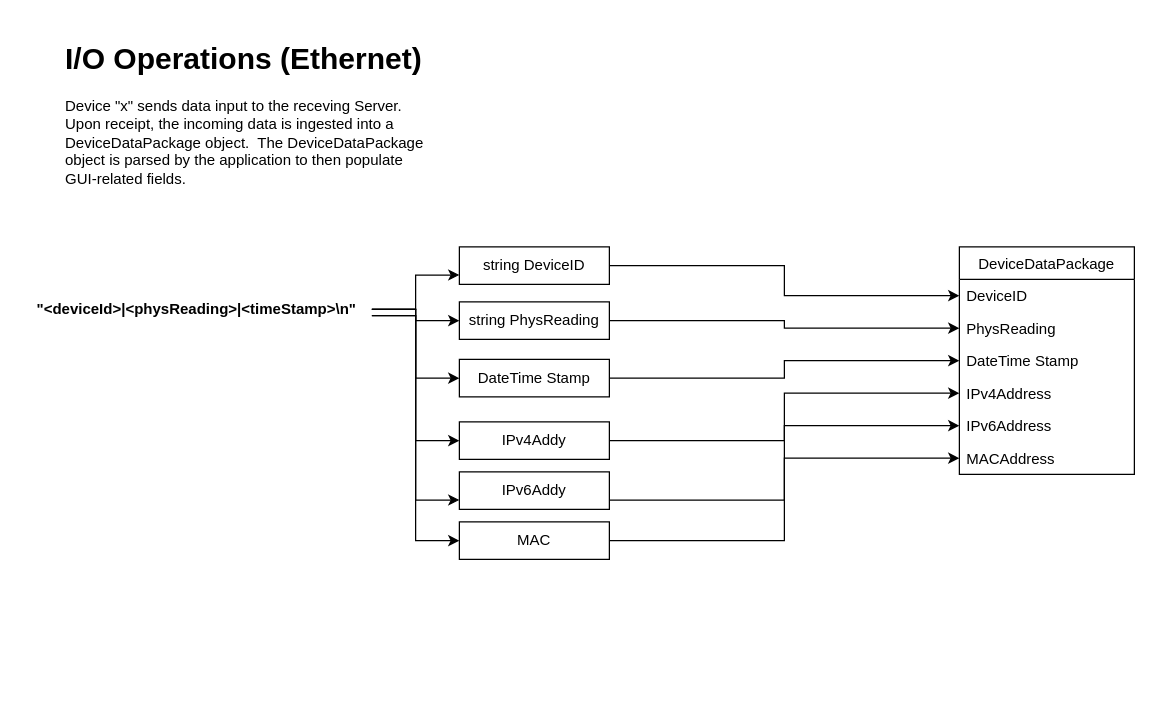
This is page "I/O Operations" (4 of 8) of MyICSv2.1-LOGIC-GeneralSchema.drawio from reccejack/MyICS_2.1_Working, a draw.io file, before an edit. Source tidied: cells renumbered, new cells numbered last; positions are measured from the earlier drawing's top-left corner, leaving out a move shared by most shapes. Both pictures are drawn from the tidied source at 125%, with x=0, y=0 at pixel (21, 34).
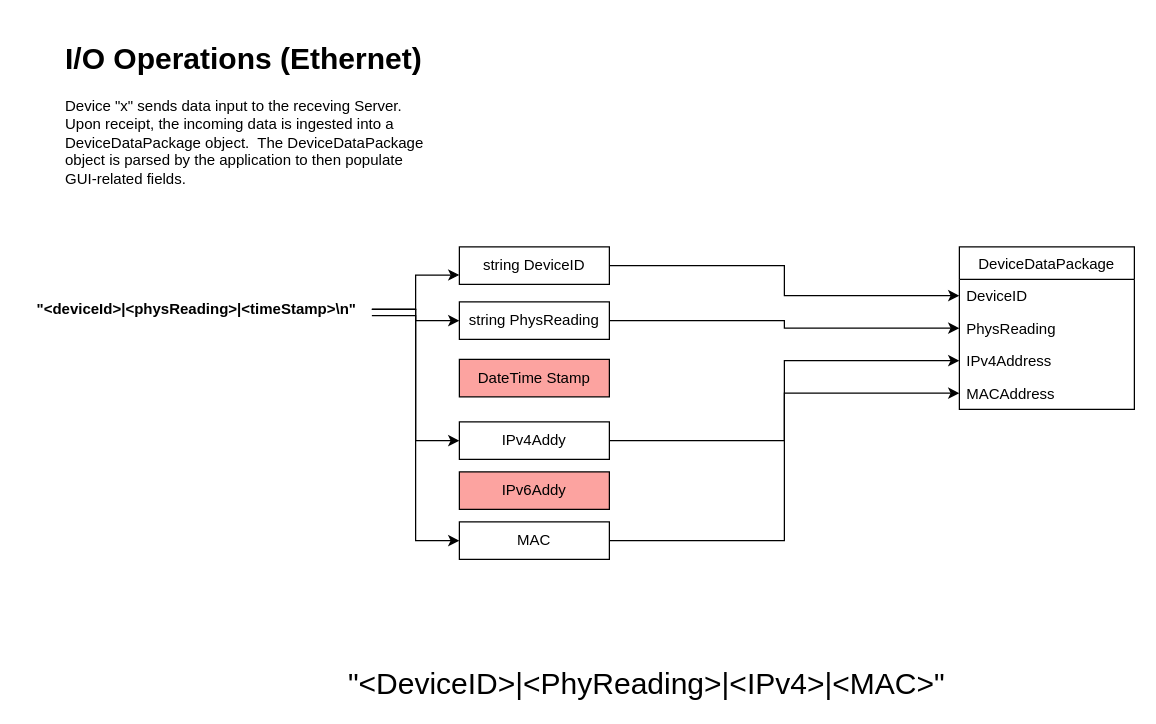
After the change.

The change refers to these unchanged cells:
```xml
<mxCell id="16" value="&lt;b&gt;&quot;&amp;lt;deviceId&amp;gt;|&amp;lt;physReading&amp;gt;|&amp;lt;timeStamp&amp;gt;\n&quot;&lt;/b&gt;" style="text;html=1;strokeColor=none;fillColor=none;align=center;verticalAlign=middle;whiteSpace=wrap;rounded=0;" parent="1" vertex="1">
  <mxGeometry y="210" width="280" height="20" as="geometry" />
</mxCell>
```

Diff of the diagram source:
```diff
@@
     <mxCell id="3" value="DeviceDataPackage" style="swimlane;fontStyle=0;horizontal=1;startSize=26;" parent="1" vertex="1">
-      <mxGeometry x="750" y="170" width="140" height="182" as="geometry" />
+      <mxGeometry x="750" y="170" width="140" height="130" as="geometry" />
     </mxCell>
@@
-    <mxCell id="6" value="DateTime Stamp" style="text;strokeColor=none;fillColor=none;align=left;verticalAlign=top;spacingLeft=4;spacingRight=4;overflow=hidden;points=[[0,0.5],[1,0.5]];portConstraint=eastwest;" parent="3" vertex="1">
-      <mxGeometry y="78" width="140" height="26" as="geometry" />
-    </mxCell>
     <mxCell id="7" value="IPv4Address" style="text;strokeColor=none;fillColor=none;align=left;verticalAlign=top;spacingLeft=4;spacingRight=4;overflow=hidden;points=[[0,0.5],[1,0.5]];portConstraint=eastwest;" parent="3" vertex="1">
-      <mxGeometry y="104" width="140" height="26" as="geometry" />
+      <mxGeometry y="78" width="140" height="26" as="geometry" />
     </mxCell>
-    <mxCell id="8" value="IPv6Address" style="text;strokeColor=none;fillColor=none;align=left;verticalAlign=top;spacingLeft=4;spacingRight=4;overflow=hidden;points=[[0,0.5],[1,0.5]];portConstraint=eastwest;" parent="3" vertex="1">
-      <mxGeometry y="130" width="140" height="26" as="geometry" />
-    </mxCell>
     <mxCell id="9" value="MACAddress" style="text;strokeColor=none;fillColor=none;align=left;verticalAlign=top;spacingLeft=4;spacingRight=4;overflow=hidden;points=[[0,0.5],[1,0.5]];portConstraint=eastwest;" parent="3" vertex="1">
-      <mxGeometry y="156" width="140" height="26" as="geometry" />
+      <mxGeometry y="104" width="140" height="26" as="geometry" />
     </mxCell>
@@
-    <mxCell id="12" style="edgeStyle=orthogonalEdgeStyle;rounded=0;jettySize=auto;html=1;exitX=1;exitY=0.5;exitDx=0;exitDy=0;entryX=0;entryY=0.5;entryDx=0;entryDy=0;" parent="1" edge="1" source="16" target="22">
-      <mxGeometry relative="1" as="geometry" />
-    </mxCell>
@@
-    <mxCell id="14" style="edgeStyle=orthogonalEdgeStyle;rounded=0;jettySize=auto;html=1;exitX=1;exitY=0.75;exitDx=0;exitDy=0;entryX=0;entryY=0.75;entryDx=0;entryDy=0;" parent="1" edge="1" source="16" target="26">
-      <mxGeometry relative="1" as="geometry" />
-    </mxCell>
@@
-    <mxCell id="21" style="edgeStyle=orthogonalEdgeStyle;rounded=0;jettySize=auto;html=1;exitX=1;exitY=0.5;exitDx=0;exitDy=0;entryX=0;entryY=0.5;entryDx=0;entryDy=0;" parent="1" edge="1" source="22" target="6">
-      <mxGeometry relative="1" as="geometry" />
-    </mxCell>
-    <mxCell id="22" value="DateTime Stamp" style="rounded=0;whiteSpace=wrap;html=1;" parent="1" vertex="1">
+    <mxCell id="22" value="DateTime Stamp" style="rounded=0;whiteSpace=wrap;html=1;fillColor=#FCA3A0;" parent="1" vertex="1">
       <mxGeometry x="350" y="260" width="120" height="30" as="geometry" />
     </mxCell>
@@
-    <mxCell id="25" style="edgeStyle=orthogonalEdgeStyle;rounded=0;jettySize=auto;html=1;exitX=1;exitY=0.75;exitDx=0;exitDy=0;entryX=0;entryY=0.5;entryDx=0;entryDy=0;" parent="1" edge="1" source="26" target="8">
-      <mxGeometry relative="1" as="geometry" />
-    </mxCell>
-    <mxCell id="26" value="IPv6Addy" style="rounded=0;whiteSpace=wrap;html=1;" parent="1" vertex="1">
+    <mxCell id="26" value="IPv6Addy" style="rounded=0;whiteSpace=wrap;html=1;fillColor=#FCA3A0;" parent="1" vertex="1">
       <mxGeometry x="350" y="350" width="120" height="30" as="geometry" />
     </mxCell>
@@
+    <mxCell id="29" value="&lt;font style=&quot;font-size: 24px&quot;&gt;&quot;&amp;lt;DeviceID&amp;gt;|&amp;lt;PhyReading&amp;gt;|&amp;lt;IPv4&amp;gt;|&amp;lt;MAC&amp;gt;&quot;&lt;/font&gt;" style="text;html=1;strokeColor=none;fillColor=none;align=center;verticalAlign=middle;whiteSpace=wrap;rounded=0;" parent="1" vertex="1">
+      <mxGeometry x="160" y="510" width="680" height="20" as="geometry" />
+    </mxCell>
```
